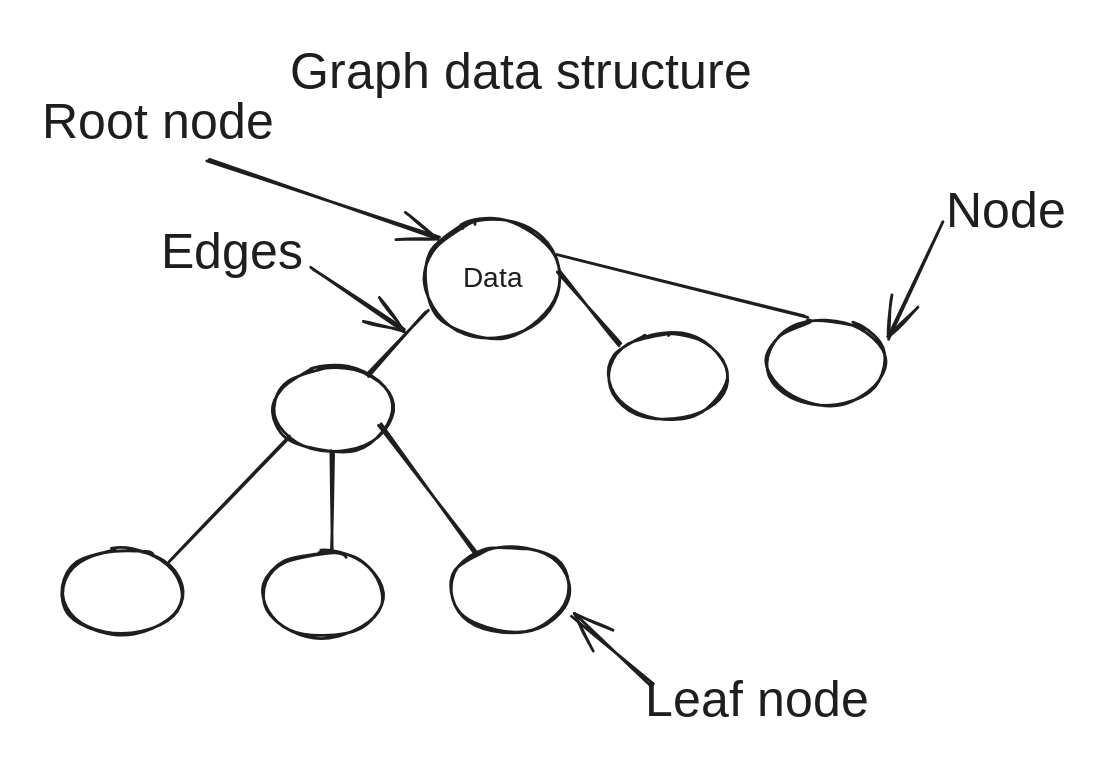
This is .gitbook/assets/file.excalidraw.svg from UmbrellaCrow612/gitbook-content, a Excalidraw export, as it was before one commit. Source tidied: one line per element, renumbered; positions are measured from the earlier drawing's top-left corner, leaving out a move shared by most shapes.
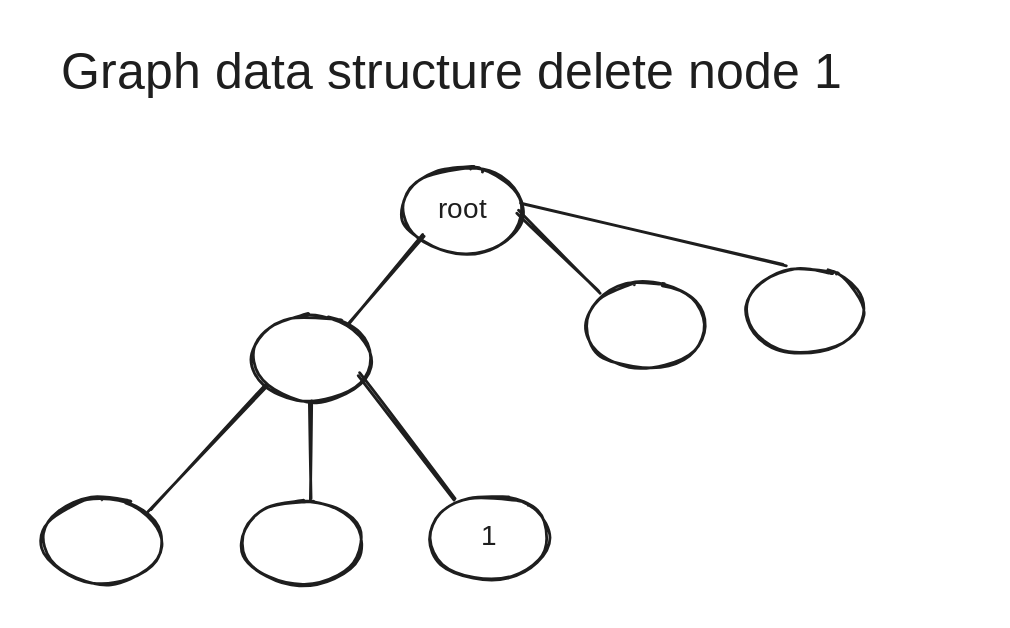
Above is the later version.

What changed in the source:
```diff
@@ -1,23 +1,16 @@
-{"id": 0, "type": "text", "text": "Graph data structure", "strokeColor": "#1e1e1e", "strokeWidth": 2, "roughness": 1, "fontSize": 36, "fontFamily": 1, "x": 177, "y": 0, "width": 398, "height": 45}
-{"id": 1, "type": "ellipse", "strokeColor": "#1e1e1e", "strokeWidth": 2, "roughness": 1, "round": true, "x": 273, "y": 127, "width": 97, "height": 85}
-{"id": 2, "type": "text", "text": "Data", "strokeColor": "#1e1e1e", "strokeWidth": 2, "roughness": 1, "fontSize": 20, "fontFamily": 1, "textAlign": "center", "verticalAlign": "middle", "inside": 1, "x": 295, "y": 157, "width": 54, "height": 25}
-{"id": 3, "type": "ellipse", "strokeColor": "#1e1e1e", "strokeWidth": 2, "roughness": 1, "round": true, "x": 404, "y": 208, "width": 85, "height": 61}
-{"id": 4, "type": "ellipse", "strokeColor": "#1e1e1e", "strokeWidth": 2, "roughness": 1, "round": true, "x": 165, "y": 232, "width": 85, "height": 61}
-{"id": 5, "type": "ellipse", "strokeColor": "#1e1e1e", "strokeWidth": 2, "roughness": 1, "round": true, "x": 15, "y": 362, "width": 85, "height": 61}
-{"id": 6, "type": "ellipse", "strokeColor": "#1e1e1e", "strokeWidth": 2, "roughness": 1, "round": true, "x": 158, "y": 364, "width": 85, "height": 61}
-{"id": 7, "type": "ellipse", "strokeColor": "#1e1e1e", "strokeWidth": 2, "roughness": 1, "round": true, "x": 292, "y": 360, "width": 85, "height": 61}
-{"id": 8, "type": "ellipse", "strokeColor": "#1e1e1e", "strokeWidth": 2, "roughness": 1, "round": true, "x": 517, "y": 198, "width": 85, "height": 61}
-{"id": 9, "type": "line", "strokeColor": "#1e1e1e", "strokeWidth": 2, "roughness": 1, "round": true, "x": 274, "y": 193, "width": 41, "height": 45, "points": [[0, 0], [-41, 45]]}
-{"id": 10, "type": "line", "strokeColor": "#1e1e1e", "strokeWidth": 2, "roughness": 1, "round": true, "x": 176, "y": 282, "width": 84, "height": 89, "points": [[0, 0], [-84, 89]]}
-{"id": 11, "type": "line", "strokeColor": "#1e1e1e", "strokeWidth": 2, "roughness": 1, "round": true, "x": 207, "y": 292, "width": 1, "height": 71, "points": [[0, 0], [-1, 71]]}
-{"id": 12, "type": "line", "strokeColor": "#1e1e1e", "strokeWidth": 2, "roughness": 1, "round": true, "x": 241, "y": 274, "width": 69, "height": 90, "points": [[0, 0], [69, 90]]}
-{"id": 13, "type": "line", "strokeColor": "#1e1e1e", "strokeWidth": 2, "roughness": 1, "round": true, "x": 369, "y": 164, "width": 45, "height": 51, "points": [[0, 0], [45, 51]]}
-{"id": 14, "type": "line", "strokeColor": "#1e1e1e", "strokeWidth": 2, "roughness": 1, "round": true, "x": 369, "y": 151, "width": 176, "height": 45, "points": [[0, 0], [176, 45]]}
-{"id": 15, "type": "arrow", "strokeColor": "#1e1e1e", "strokeWidth": 2, "roughness": 1, "endArrowhead": "arrow", "round": true, "from": 16, "to": 8, "x": 642, "y": 129, "width": 39, "height": 82, "points": [[0, 0], [-39, 82]]}
-{"id": 16, "type": "text", "text": "Node", "strokeColor": "#1e1e1e", "strokeWidth": 2, "roughness": 1, "fontSize": 36, "fontFamily": 1, "x": 646, "y": 99, "width": 83, "height": 45}
-{"id": 17, "type": "arrow", "strokeColor": "#1e1e1e", "strokeWidth": 2, "roughness": 1, "endArrowhead": "arrow", "round": true, "from": 18, "x": 193, "y": 162, "width": 65, "height": 43, "points": [[0, 0], [65, 43]]}
-{"id": 18, "type": "text", "text": "Edges", "strokeColor": "#1e1e1e", "strokeWidth": 2, "roughness": 1, "fontSize": 36, "fontFamily": 1, "x": 85, "y": 128, "width": 102, "height": 45}
-{"id": 19, "type": "arrow", "strokeColor": "#1e1e1e", "strokeWidth": 2, "roughness": 1, "endArrowhead": "arrow", "round": true, "to": 7, "x": 436, "y": 459, "width": 57, "height": 49, "points": [[0, 0], [-57, -49]]}
-{"id": 20, "type": "text", "text": "Leaf node", "strokeColor": "#1e1e1e", "strokeWidth": 2, "roughness": 1, "fontSize": 36, "fontFamily": 1, "x": 430, "y": 448, "width": 178, "height": 45}
-{"id": 21, "type": "arrow", "strokeColor": "#1e1e1e", "strokeWidth": 2, "roughness": 1, "endArrowhead": "arrow", "round": true, "from": 22, "to": 1, "x": 118, "y": 85, "width": 166, "height": 55, "points": [[0, 0], [166, 55]]}
-{"id": 22, "type": "text", "text": "Root node", "strokeColor": "#1e1e1e", "strokeWidth": 2, "roughness": 1, "fontSize": 36, "fontFamily": 1, "x": 0, "y": 36, "width": 180, "height": 45}
+{"id": 23, "type": "text", "text": "Graph data structure delete node 1", "strokeColor": "#1e1e1e", "strokeWidth": 2, "roughness": 1, "fontSize": 36, "fontFamily": 1, "x": 148, "y": 82, "width": 648, "height": 45}
+{"id": 24, "type": "ellipse", "strokeColor": "#1e1e1e", "strokeWidth": 2, "roughness": 1, "round": true, "x": 393, "y": 171, "width": 85, "height": 61}
+{"id": 25, "type": "text", "text": "root", "strokeColor": "#1e1e1e", "strokeWidth": 2, "roughness": 1, "fontSize": 20, "fontFamily": 1, "textAlign": "center", "verticalAlign": "middle", "inside": 24, "x": 414, "y": 189, "width": 42, "height": 25}
+{"id": 26, "type": "ellipse", "strokeColor": "#1e1e1e", "strokeWidth": 2, "roughness": 1, "round": true, "x": 524, "y": 253, "width": 85, "height": 61}
+{"id": 27, "type": "ellipse", "strokeColor": "#1e1e1e", "strokeWidth": 2, "roughness": 1, "round": true, "x": 285, "y": 277, "width": 85, "height": 61}
+{"id": 28, "type": "ellipse", "strokeColor": "#1e1e1e", "strokeWidth": 2, "roughness": 1, "round": true, "x": 134, "y": 407, "width": 85, "height": 61}
+{"id": 29, "type": "ellipse", "strokeColor": "#1e1e1e", "strokeWidth": 2, "roughness": 1, "round": true, "x": 277, "y": 409, "width": 85, "height": 61}
+{"id": 30, "type": "ellipse", "strokeColor": "#1e1e1e", "strokeWidth": 2, "roughness": 1, "round": true, "x": 411, "y": 405, "width": 85, "height": 61}
+{"id": 31, "type": "text", "text": "1", "strokeColor": "#1e1e1e", "strokeWidth": 2, "roughness": 1, "fontSize": 20, "fontFamily": 1, "textAlign": "center", "verticalAlign": "middle", "inside": 30, "x": 451, "y": 423, "width": 5, "height": 25}
+{"id": 32, "type": "ellipse", "strokeColor": "#1e1e1e", "strokeWidth": 2, "roughness": 1, "round": true, "x": 637, "y": 243, "width": 85, "height": 61}
+{"id": 33, "type": "line", "strokeColor": "#1e1e1e", "strokeWidth": 2, "roughness": 1, "round": true, "x": 407, "y": 221, "width": 53, "height": 62, "points": [[0, 0], [-53, 62]]}
+{"id": 34, "type": "line", "strokeColor": "#1e1e1e", "strokeWidth": 2, "roughness": 1, "round": true, "x": 295, "y": 327, "width": 84, "height": 89, "points": [[0, 0], [-84, 89]]}
+{"id": 35, "type": "line", "strokeColor": "#1e1e1e", "strokeWidth": 2, "roughness": 1, "round": true, "x": 327, "y": 337, "width": 1, "height": 71, "points": [[0, 0], [-1, 71]]}
+{"id": 36, "type": "line", "strokeColor": "#1e1e1e", "strokeWidth": 2, "roughness": 1, "round": true, "x": 361, "y": 319, "width": 69, "height": 90, "points": [[0, 0], [69, 90]]}
+{"id": 37, "type": "line", "strokeColor": "#1e1e1e", "strokeWidth": 2, "roughness": 1, "round": true, "x": 475, "y": 203, "width": 59, "height": 57, "points": [[0, 0], [59, 57]]}
+{"id": 38, "type": "line", "strokeColor": "#1e1e1e", "strokeWidth": 2, "roughness": 1, "round": true, "x": 478, "y": 196, "width": 187, "height": 45, "points": [[0, 0], [187, 45]]}
```
